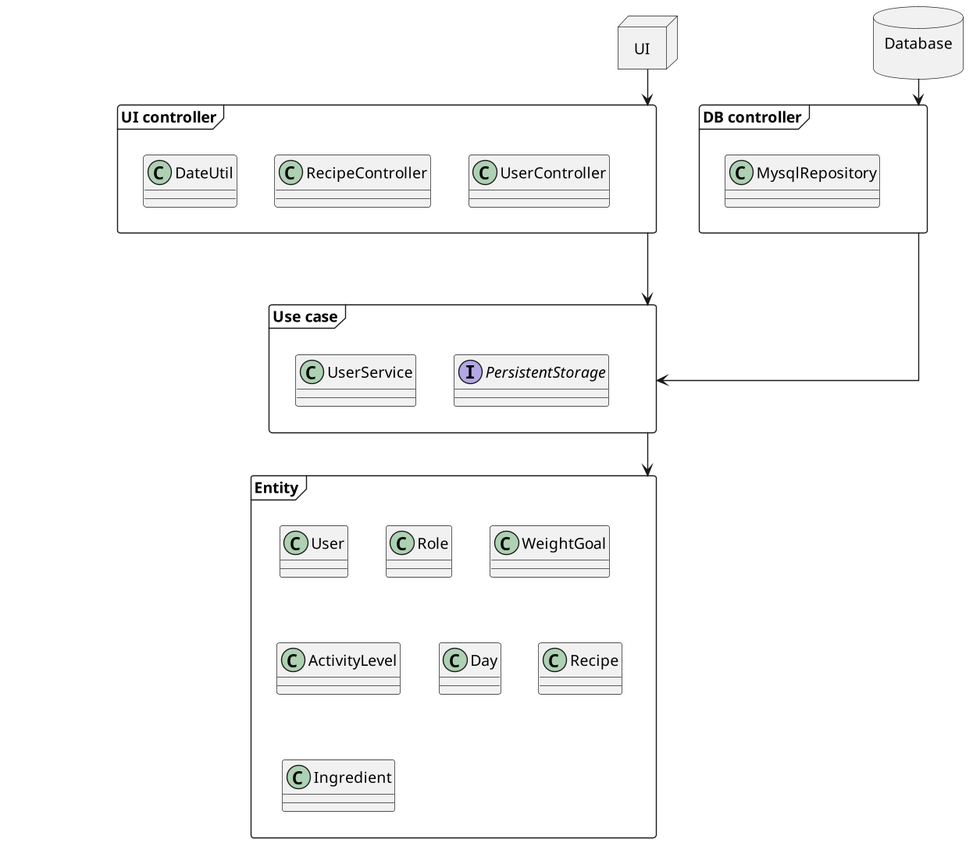
Before: diagram/package-diagram.png, a diagram exported from PlantUML (sofush/kostplan).
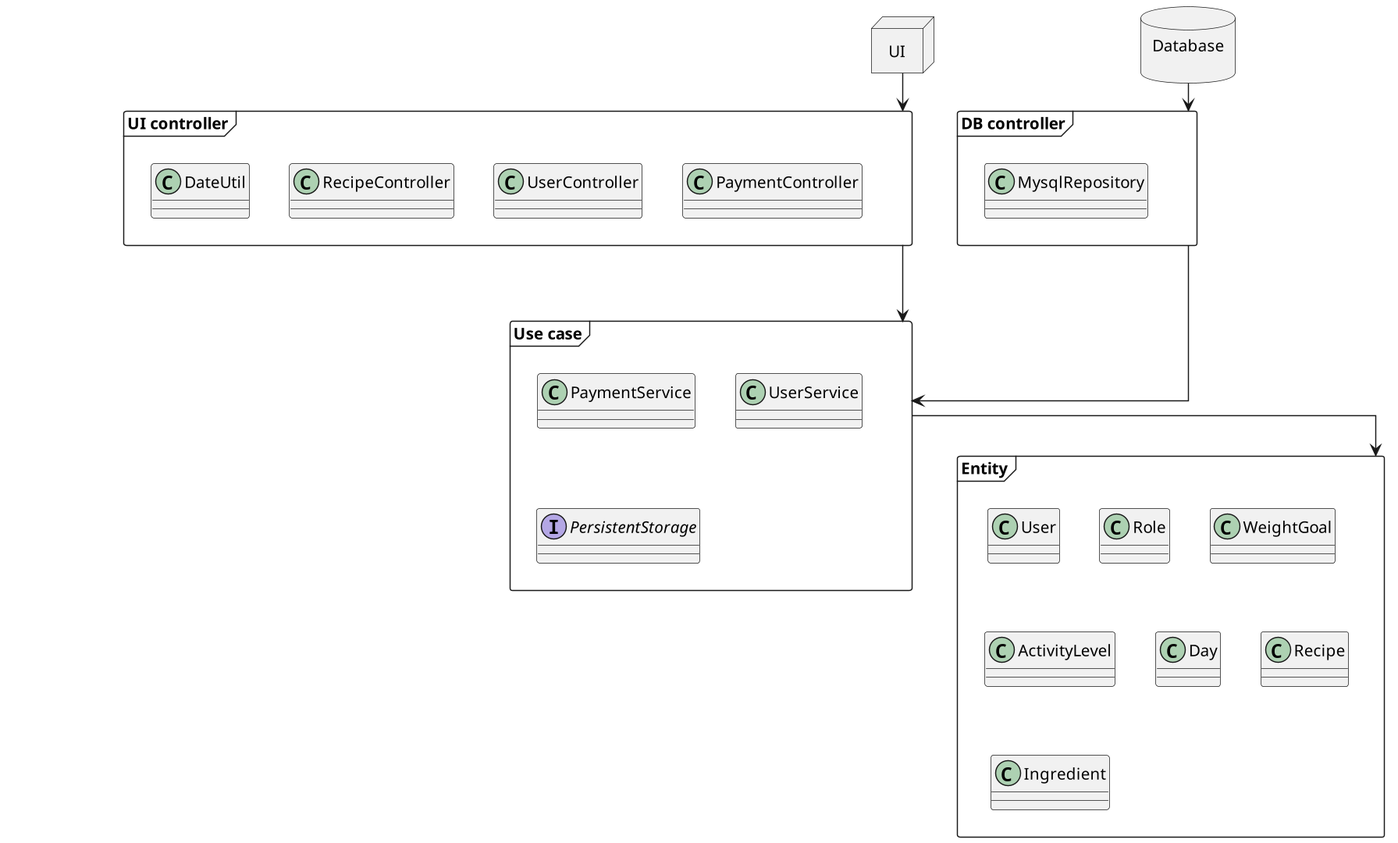
Above is the later version.

Change to the diagram source:
```diff
@@ -8,6 +8,7 @@
 }
 
 package "Use case" <<frame>> {
+	class PaymentService {}
 	class UserService {}
 	interface PersistentStorage {}
 }
@@ -17,6 +18,7 @@
 }
 
 package "UI controller" <<frame>> {
+	class PaymentController {}
 	class UserController {}
 	class RecipeController {}
 	class DateUtil {}
```
